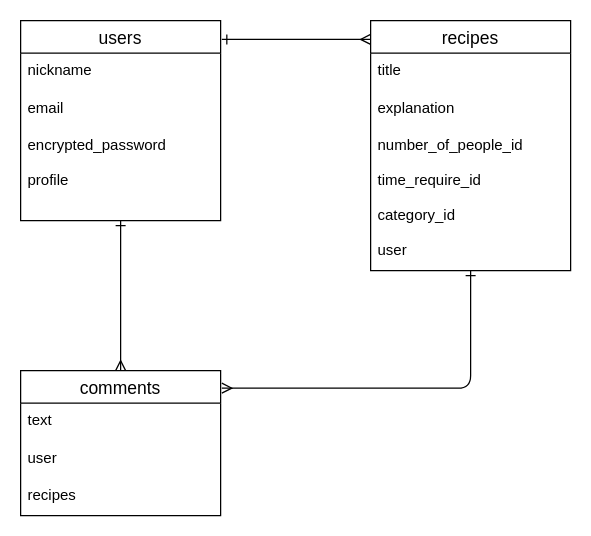
na05yuki/healthy_recipe keeps this draw.io diagram as healthy_recipe.dio. Above is the earlier version. Source tidied: cells renumbered, new cells numbered last; positions are measured from the earlier drawing's top-left corner, leaving out a move shared by most shapes. Both pictures are drawn from the tidied source at 125%, with x=0, y=0 at pixel (20, 20).
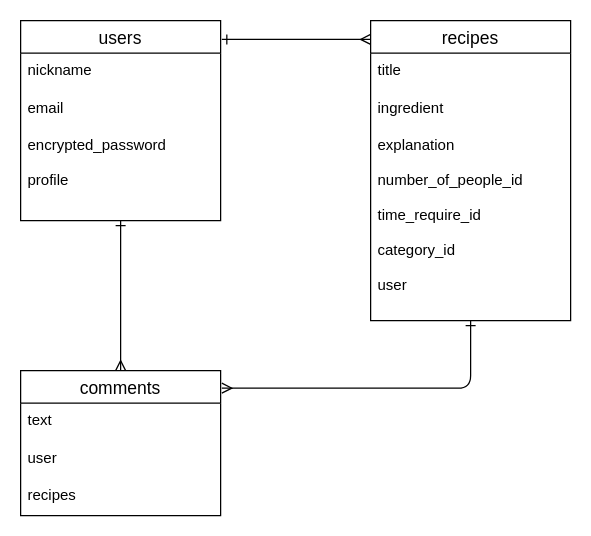
The same diagram, later.

Diff of the diagram source:
```diff
@@
 <mxGraphModel>
   <root>
     <mxCell id="0" />
     <mxCell id="1" parent="0" />
     <mxCell id="2" style="edgeStyle=none;html=1;startArrow=ERone;startFill=0;endArrow=ERmany;endFill=0;exitX=1.006;exitY=0.094;exitDx=0;exitDy=0;exitPerimeter=0;" parent="1" edge="1" source="4">
       <mxGeometry relative="1" as="geometry">
         <mxPoint x="280" y="15" as="targetPoint" />
       </mxGeometry>
     </mxCell>
     <mxCell id="3" style="edgeStyle=none;html=1;entryX=0.5;entryY=0;entryDx=0;entryDy=0;startArrow=ERone;startFill=0;endArrow=ERmany;endFill=0;" parent="1" edge="1" source="4" target="13">
       <mxGeometry relative="1" as="geometry" />
     </mxCell>
     <mxCell id="4" value="users" style="swimlane;fontStyle=0;horizontal=1;startSize=26;align=center;fontSize=14;shadow=0;" parent="1" vertex="1">
       <mxGeometry width="160" height="160" as="geometry" />
     </mxCell>
     <mxCell id="5" value="nickname" style="text;strokeColor=none;fillColor=none;spacingLeft=4;spacingRight=4;overflow=hidden;fontSize=12;shadow=0;" parent="4" vertex="1">
       <mxGeometry y="26" width="160" height="30" as="geometry" />
     </mxCell>
     <mxCell id="6" value="email" style="text;strokeColor=none;fillColor=none;spacingLeft=4;spacingRight=4;overflow=hidden;fontSize=12;shadow=0;" parent="4" vertex="1">
       <mxGeometry y="56" width="160" height="30" as="geometry" />
     </mxCell>
     <mxCell id="7" value="encrypted_password&#10;&#10;profile" style="text;strokeColor=none;fillColor=none;spacingLeft=4;spacingRight=4;overflow=hidden;fontSize=12;shadow=0;" parent="4" vertex="1">
       <mxGeometry y="86" width="160" height="74" as="geometry" />
     </mxCell>
-    <mxCell id="8" style="edgeStyle=none;html=1;entryX=1.006;entryY=0.121;entryDx=0;entryDy=0;entryPerimeter=0;startArrow=ERone;startFill=0;endArrow=ERmany;endFill=0;" parent="1" edge="1" source="9" target="13">
+    <mxCell id="8" style="edgeStyle=none;html=1;entryX=1.006;entryY=0.121;entryDx=0;entryDy=0;entryPerimeter=0;startArrow=ERone;startFill=0;endArrow=ERmany;endFill=0;" parent="1" edge="1" target="13">
       <mxGeometry relative="1" as="geometry">
+        <mxPoint x="360" y="240" as="sourcePoint" />
         <Array as="points">
           <mxPoint x="360" y="294" />
         </Array>
       </mxGeometry>
     </mxCell>
     <mxCell id="9" value="recipes" style="swimlane;fontStyle=0;horizontal=1;startSize=26;align=center;fontSize=14;shadow=0;" parent="1" vertex="1">
-      <mxGeometry x="280" width="160" height="200" as="geometry" />
+      <mxGeometry x="280" width="160" height="240" as="geometry" />
     </mxCell>
     <mxCell id="10" value="title" style="text;strokeColor=none;fillColor=none;spacingLeft=4;spacingRight=4;overflow=hidden;fontSize=12;shadow=0;" parent="9" vertex="1">
       <mxGeometry y="26" width="160" height="30" as="geometry" />
     </mxCell>
-    <mxCell id="11" value="explanation" style="text;strokeColor=none;fillColor=none;spacingLeft=4;spacingRight=4;overflow=hidden;fontSize=12;shadow=0;" parent="9" vertex="1">
+    <mxCell id="11" value="ingredient" style="text;strokeColor=none;fillColor=none;spacingLeft=4;spacingRight=4;overflow=hidden;fontSize=12;shadow=0;" parent="9" vertex="1">
       <mxGeometry y="56" width="160" height="30" as="geometry" />
     </mxCell>
-    <mxCell id="12" value="number_of_people_id&#10;&#10;time_require_id&#10;&#10;category_id&#10;&#10;user" style="text;strokeColor=none;fillColor=none;spacingLeft=4;spacingRight=4;overflow=hidden;fontSize=12;shadow=0;" parent="9" vertex="1">
-      <mxGeometry y="86" width="160" height="114" as="geometry" />
+    <mxCell id="12" value="explanation&#10;&#10;number_of_people_id&#10;&#10;time_require_id&#10;&#10;category_id&#10;&#10;user" style="text;strokeColor=none;fillColor=none;spacingLeft=4;spacingRight=4;overflow=hidden;fontSize=12;shadow=0;" parent="9" vertex="1">
+      <mxGeometry y="86" width="160" height="154" as="geometry" />
     </mxCell>
     <mxCell id="13" value="comments" style="swimlane;fontStyle=0;horizontal=1;startSize=26;align=center;fontSize=14;" parent="1" vertex="1">
       <mxGeometry y="280" width="160" height="116" as="geometry" />
     </mxCell>
     <mxCell id="14" value="text" style="text;strokeColor=none;fillColor=none;spacingLeft=4;spacingRight=4;overflow=hidden;fontSize=12;" parent="13" vertex="1">
       <mxGeometry y="26" width="160" height="30" as="geometry" />
     </mxCell>
     <mxCell id="15" value="user" style="text;strokeColor=none;fillColor=none;spacingLeft=4;spacingRight=4;overflow=hidden;fontSize=12;" parent="13" vertex="1">
       <mxGeometry y="56" width="160" height="30" as="geometry" />
     </mxCell>
     <mxCell id="16" value="recipes" style="text;strokeColor=none;fillColor=none;spacingLeft=4;spacingRight=4;overflow=hidden;fontSize=12;" parent="13" vertex="1">
       <mxGeometry y="86" width="160" height="30" as="geometry" />
     </mxCell>
   </root>
 </mxGraphModel>
```
